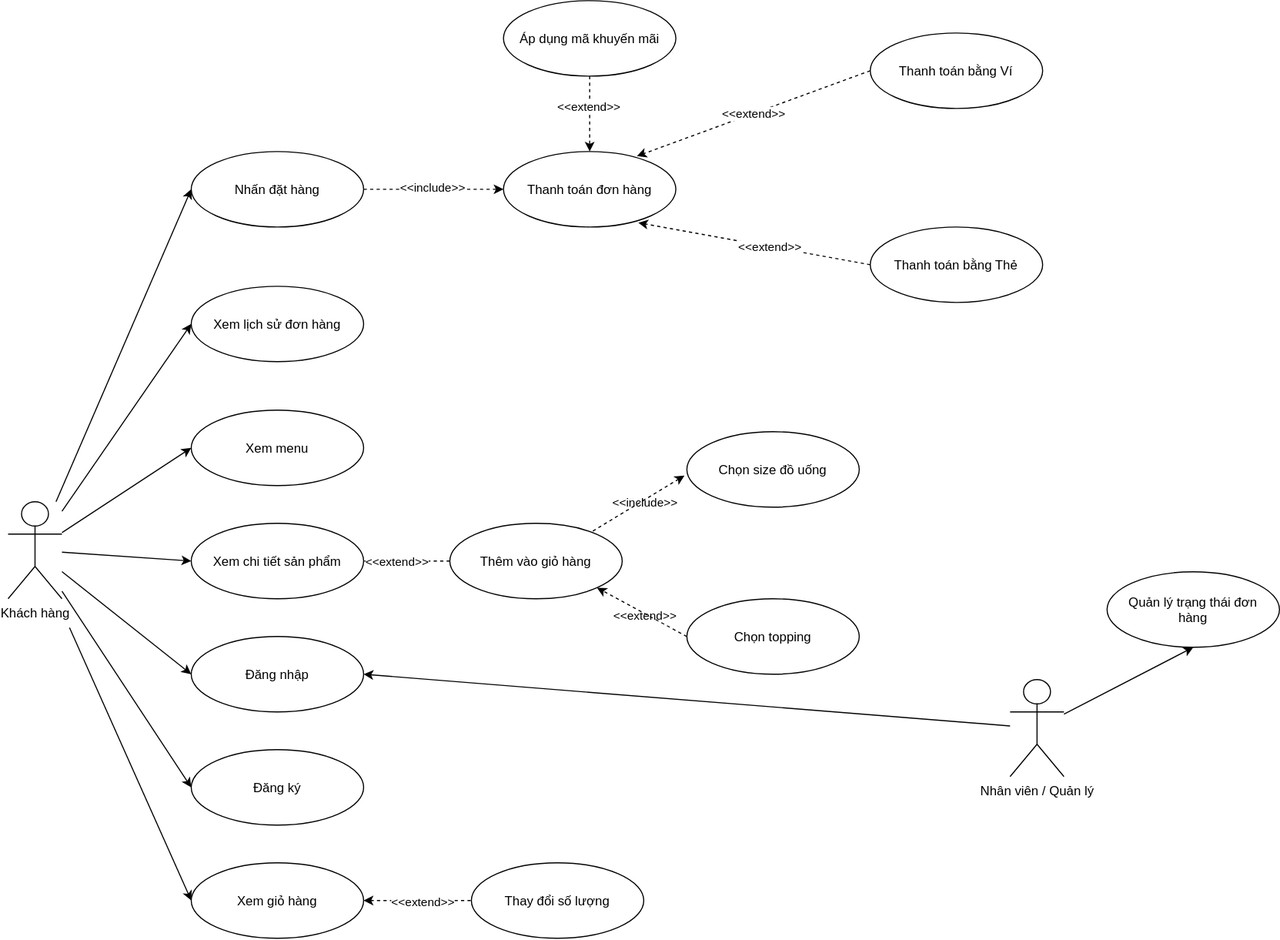
StarH6/brewlite_as2 keeps this draw.io diagram as docs/requirements/use-case-overview.svg. Above is the earlier version. Source tidied: cells renumbered, new cells last; positions are measured from the earlier drawing's top-left corner, leaving out a move shared by most shapes. The source it was exported from:
```xml
<mxGraphModel>
  <root>
    <mxCell id="0" />
    <mxCell id="1" parent="0" />
    <mxCell id="2" style="rounded=0;jettySize=auto;html=1;entryX=0;entryY=0.5;entryDx=0;entryDy=0;defaultLabelBackgroundColor=page;" parent="1" edge="1" source="9" target="14">
      <mxGeometry relative="1" as="geometry" />
    </mxCell>
    <mxCell id="3" style="rounded=0;jettySize=auto;html=1;entryX=0;entryY=0.5;entryDx=0;entryDy=0;defaultLabelBackgroundColor=page;" parent="1" edge="1" source="9" target="13">
      <mxGeometry relative="1" as="geometry" />
    </mxCell>
    <mxCell id="4" style="rounded=0;jettySize=auto;html=1;entryX=0;entryY=0.5;entryDx=0;entryDy=0;defaultLabelBackgroundColor=page;" parent="1" edge="1" source="9" target="12">
      <mxGeometry relative="1" as="geometry" />
    </mxCell>
    <mxCell id="5" style="rounded=0;jettySize=auto;html=1;entryX=0;entryY=0.5;entryDx=0;entryDy=0;defaultLabelBackgroundColor=page;" parent="1" edge="1" source="9" target="10">
      <mxGeometry relative="1" as="geometry" />
    </mxCell>
    <mxCell id="6" style="rounded=0;jettySize=auto;html=1;entryX=0;entryY=0.5;entryDx=0;entryDy=0;defaultLabelBackgroundColor=page;" parent="1" edge="1" source="9" target="11">
      <mxGeometry relative="1" as="geometry" />
    </mxCell>
    <mxCell id="7" style="rounded=0;jettySize=auto;html=1;entryX=0;entryY=0.5;entryDx=0;entryDy=0;defaultLabelBackgroundColor=page;" parent="1" edge="1" source="9" target="17">
      <mxGeometry relative="1" as="geometry" />
    </mxCell>
    <mxCell id="8" style="rounded=0;jettySize=auto;html=1;entryX=0;entryY=0.5;entryDx=0;entryDy=0;defaultLabelBackgroundColor=page;" parent="1" edge="1" source="9" target="30">
      <mxGeometry relative="1" as="geometry" />
    </mxCell>
    <mxCell id="9" value="Khách hàng&lt;div&gt;&lt;br&gt;&lt;/div&gt;" style="shape=umlActor;verticalLabelPosition=bottom;verticalAlign=top;html=1;outlineConnect=0;labelPerimeter=1;" parent="1" vertex="1">
      <mxGeometry y="465" width="50" height="90" as="geometry" />
    </mxCell>
    <mxCell id="10" value="Đăng nhập" style="ellipse;whiteSpace=wrap;html=1;shapeInside=1;" parent="1" vertex="1">
      <mxGeometry x="170" y="590" width="160" height="70" as="geometry" />
    </mxCell>
    <mxCell id="11" value="Đăng ký" style="ellipse;whiteSpace=wrap;html=1;shapeInside=1;" parent="1" vertex="1">
      <mxGeometry x="170" y="695" width="160" height="70" as="geometry" />
    </mxCell>
    <mxCell id="12" value="Xem chi tiết sản phẩm" style="ellipse;whiteSpace=wrap;html=1;shapeInside=1;" parent="1" vertex="1">
      <mxGeometry x="170" y="485" width="160" height="70" as="geometry" />
    </mxCell>
    <mxCell id="13" value="Xem menu" style="ellipse;whiteSpace=wrap;html=1;shapeInside=1;" parent="1" vertex="1">
      <mxGeometry x="170" y="380" width="160" height="70" as="geometry" />
    </mxCell>
    <mxCell id="14" value="Xem lịch sử đơn hàng" style="ellipse;whiteSpace=wrap;html=1;shapeInside=1;" parent="1" vertex="1">
      <mxGeometry x="170" y="265" width="160" height="70" as="geometry" />
    </mxCell>
    <mxCell id="15" style="edgeStyle=orthogonalEdgeStyle;rounded=0;jettySize=auto;html=1;entryX=0;entryY=0.5;entryDx=0;entryDy=0;defaultLabelBackgroundColor=page;dashed=1;startArrow=classic;startFill=1;endArrow=none;endFill=0;" parent="1" edge="1" source="17" target="27">
      <mxGeometry relative="1" as="geometry" />
    </mxCell>
    <mxCell id="16" value="&amp;lt;&amp;lt;extend&amp;gt;&amp;gt;" style="edgeLabel;html=1;align=center;verticalAlign=middle;inheritText=1;defaultLabelBackgroundColor=page;" parent="15" vertex="1">
      <mxGeometry x="0.07" y="-1" relative="1" as="geometry" />
    </mxCell>
    <mxCell id="17" value="Xem giỏ hàng" style="ellipse;whiteSpace=wrap;html=1;shapeInside=1;" parent="1" vertex="1">
      <mxGeometry x="170" y="800" width="160" height="70" as="geometry" />
    </mxCell>
    <mxCell id="18" style="rounded=0;jettySize=auto;html=1;entryX=1;entryY=1;entryDx=0;entryDy=0;defaultLabelBackgroundColor=page;dashed=1;exitX=0;exitY=0.5;exitDx=0;exitDy=0;" parent="1" edge="1" source="19" target="26">
      <mxGeometry relative="1" as="geometry" />
    </mxCell>
    <mxCell id="19" value="Chọn topping" style="ellipse;whiteSpace=wrap;html=1;shapeInside=1;" parent="1" vertex="1">
      <mxGeometry x="630" y="555" width="160" height="70" as="geometry" />
    </mxCell>
    <mxCell id="20" style="rounded=0;jettySize=auto;html=1;entryX=0.794;entryY=0.152;entryDx=0;entryDy=0;defaultLabelBackgroundColor=page;dashed=1;exitX=-0.014;exitY=0.581;exitDx=0;exitDy=0;exitPerimeter=0;entryPerimeter=0;endArrow=none;endFill=0;startArrow=classic;startFill=1;" parent="1" edge="1" source="21" target="26">
      <mxGeometry relative="1" as="geometry" />
    </mxCell>
    <mxCell id="21" value="Chọn size đồ uống" style="ellipse;whiteSpace=wrap;html=1;shapeInside=1;" parent="1" vertex="1">
      <mxGeometry x="630" y="400" width="160" height="70" as="geometry" />
    </mxCell>
    <mxCell id="22" style="rounded=0;jettySize=auto;html=1;entryX=1;entryY=0.5;entryDx=0;entryDy=0;defaultLabelBackgroundColor=page;dashed=1;" parent="1" edge="1" source="26" target="12">
      <mxGeometry relative="1" as="geometry" />
    </mxCell>
    <mxCell id="23" value="&amp;lt;&amp;lt;extend&amp;gt;&amp;gt;" style="edgeLabel;html=1;align=center;verticalAlign=middle;inheritText=1;defaultLabelBackgroundColor=page;" parent="22" vertex="1">
      <mxGeometry x="0.25" relative="1" as="geometry" />
    </mxCell>
    <mxCell id="24" value="&amp;lt;&amp;lt;include&amp;gt;&amp;gt;" style="edgeLabel;html=1;align=center;verticalAlign=middle;inheritText=1;defaultLabelBackgroundColor=page;" parent="22" vertex="1">
      <mxGeometry x="0.25" relative="1" as="geometry">
        <mxPoint x="230" y="-55" as="offset" />
      </mxGeometry>
    </mxCell>
    <mxCell id="25" value="&amp;lt;&amp;lt;extend&amp;gt;&amp;gt;" style="edgeLabel;html=1;align=center;verticalAlign=middle;inheritText=1;defaultLabelBackgroundColor=page;" parent="22" vertex="1">
      <mxGeometry x="0.25" relative="1" as="geometry">
        <mxPoint x="230" y="50" as="offset" />
      </mxGeometry>
    </mxCell>
    <mxCell id="26" value="Thêm vào giỏ hàng" style="ellipse;whiteSpace=wrap;html=1;shapeInside=1;" parent="1" vertex="1">
      <mxGeometry x="410" y="485" width="160" height="70" as="geometry" />
    </mxCell>
    <mxCell id="27" value="Thay đổi số lượng" style="ellipse;whiteSpace=wrap;html=1;shapeInside=1;" parent="1" vertex="1">
      <mxGeometry x="430" y="800" width="160" height="70" as="geometry" />
    </mxCell>
    <mxCell id="28" style="edgeStyle=orthogonalEdgeStyle;rounded=0;jettySize=auto;html=1;entryX=0;entryY=0.5;entryDx=0;entryDy=0;defaultLabelBackgroundColor=page;dashed=1;" parent="1" edge="1" source="30" target="31">
      <mxGeometry relative="1" as="geometry" />
    </mxCell>
    <mxCell id="29" value="&amp;lt;&amp;lt;include&amp;gt;&amp;gt;" style="edgeLabel;html=1;align=center;verticalAlign=middle;inheritText=1;defaultLabelBackgroundColor=page;" parent="28" vertex="1">
      <mxGeometry x="-0.03" y="2" relative="1" as="geometry" />
    </mxCell>
    <mxCell id="30" value="Nhấn đặt hàng" style="ellipse;whiteSpace=wrap;html=1;shapeInside=1;" parent="1" vertex="1">
      <mxGeometry x="170" y="140" width="160" height="70" as="geometry" />
    </mxCell>
    <mxCell id="31" value="Thanh toán đơn hàng" style="ellipse;whiteSpace=wrap;html=1;shapeInside=1;" parent="1" vertex="1">
      <mxGeometry x="459.8" y="140" width="160" height="70" as="geometry" />
    </mxCell>
    <mxCell id="32" style="edgeStyle=orthogonalEdgeStyle;rounded=0;jettySize=auto;html=1;entryX=0.5;entryY=0;entryDx=0;entryDy=0;defaultLabelBackgroundColor=page;dashed=1;" parent="1" edge="1" source="34" target="31">
      <mxGeometry relative="1" as="geometry" />
    </mxCell>
    <mxCell id="33" value="&amp;lt;&amp;lt;extend&amp;gt;&amp;gt;" style="edgeLabel;html=1;align=center;verticalAlign=middle;inheritText=1;defaultLabelBackgroundColor=page;" parent="32" vertex="1">
      <mxGeometry x="-0.21" y="-1" relative="1" as="geometry" />
    </mxCell>
    <mxCell id="34" value="Áp dụng mã khuyến mãi" style="ellipse;whiteSpace=wrap;html=1;shapeInside=1;" parent="1" vertex="1">
      <mxGeometry x="459.8" width="160" height="70" as="geometry" />
    </mxCell>
    <mxCell id="35" value="Thanh toán bằng Ví" style="ellipse;whiteSpace=wrap;html=1;shapeInside=1;" parent="1" vertex="1">
      <mxGeometry x="800.2" y="30" width="160" height="70" as="geometry" />
    </mxCell>
    <mxCell id="36" value="Thanh toán bằng Thẻ" style="ellipse;whiteSpace=wrap;html=1;shapeInside=1;" parent="1" vertex="1">
      <mxGeometry x="800.2" y="210" width="160" height="70" as="geometry" />
    </mxCell>
    <mxCell id="37" value="&amp;lt;&amp;lt;extend&amp;gt;&amp;gt;" style="rounded=0;jettySize=auto;html=1;entryX=0.774;entryY=0.061;entryDx=0;entryDy=0;entryPerimeter=0;defaultLabelBackgroundColor=page;dashed=1;exitX=0;exitY=0.5;exitDx=0;exitDy=0;" parent="1" edge="1" source="35" target="31">
      <mxGeometry relative="1" as="geometry" />
    </mxCell>
    <mxCell id="38" style="rounded=0;jettySize=auto;html=1;entryX=0.782;entryY=0.944;entryDx=0;entryDy=0;entryPerimeter=0;defaultLabelBackgroundColor=page;dashed=1;exitX=0;exitY=0.5;exitDx=0;exitDy=0;" parent="1" edge="1" target="31">
      <mxGeometry relative="1" as="geometry">
        <mxPoint x="800.2" y="245" as="sourcePoint" />
      </mxGeometry>
    </mxCell>
    <mxCell id="39" value="&amp;lt;&amp;lt;extend&amp;gt;&amp;gt;" style="edgeLabel;html=1;align=center;verticalAlign=middle;inheritText=1;defaultLabelBackgroundColor=page;" parent="38" vertex="1">
      <mxGeometry x="-0.13" relative="1" as="geometry" />
    </mxCell>
    <mxCell id="40" style="rounded=0;jettySize=auto;html=1;entryX=1;entryY=0.5;entryDx=0;entryDy=0;defaultLabelBackgroundColor=page;" parent="1" edge="1" source="42" target="10">
      <mxGeometry relative="1" as="geometry" />
    </mxCell>
    <mxCell id="41" style="rounded=0;jettySize=auto;html=1;entryX=0.5;entryY=1;entryDx=0;entryDy=0;defaultLabelBackgroundColor=page;" parent="1" edge="1" source="42" target="43">
      <mxGeometry x="0.01" relative="1" as="geometry" />
    </mxCell>
    <mxCell id="42" value="&lt;div&gt;Nhân viên / Quản lý&lt;/div&gt;" style="shape=umlActor;verticalLabelPosition=bottom;verticalAlign=top;html=1;outlineConnect=0;labelPerimeter=1;" parent="1" vertex="1">
      <mxGeometry x="930" y="630" width="50" height="90" as="geometry" />
    </mxCell>
    <mxCell id="43" value="Quản lý trạng thái đơn hàng" style="ellipse;whiteSpace=wrap;html=1;shapeInside=1;" parent="1" vertex="1">
      <mxGeometry x="1020" y="530" width="160" height="70" as="geometry" />
    </mxCell>
  </root>
</mxGraphModel>
```
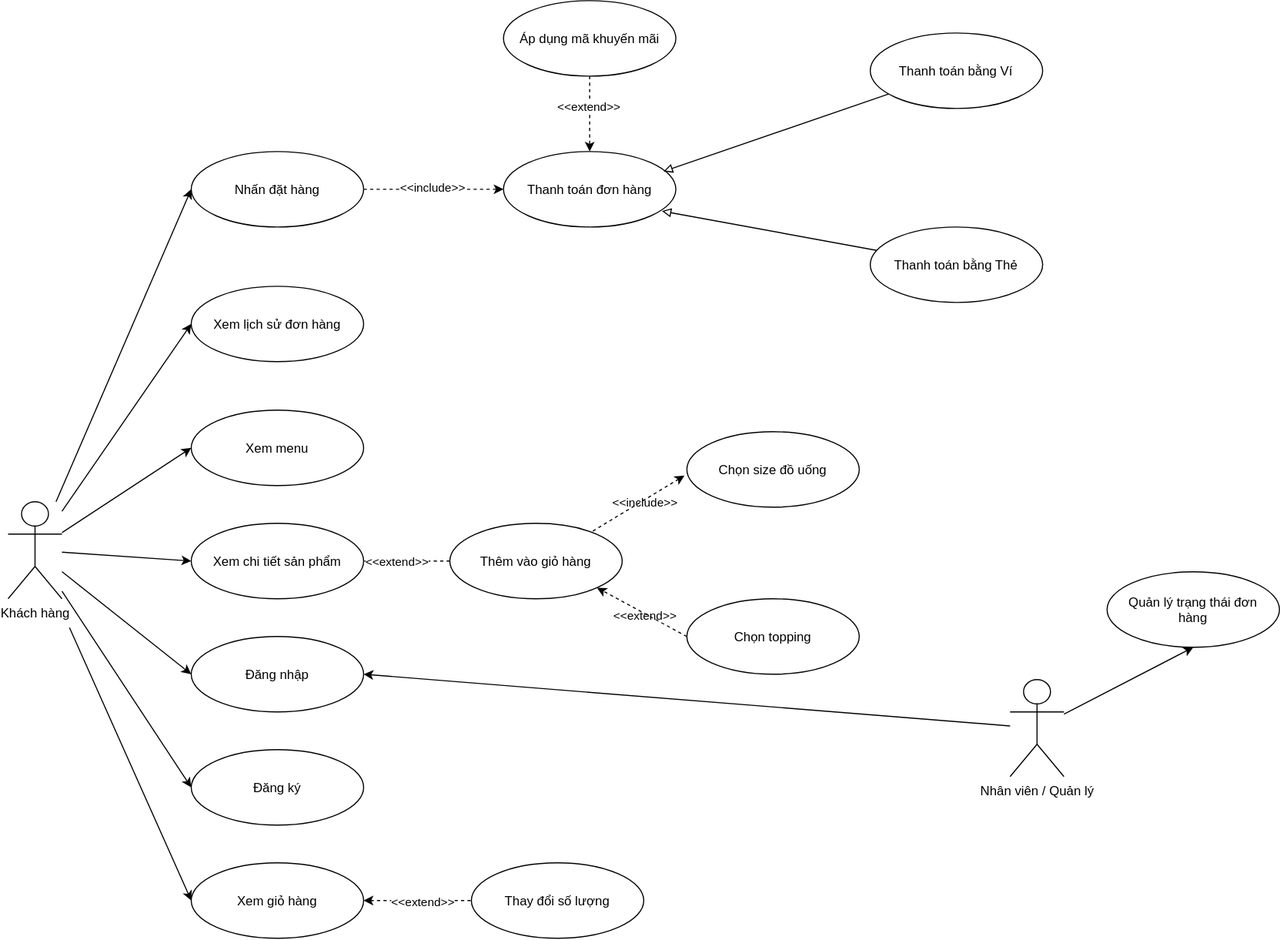
Later version of the same file.

Commit message:
docs(task1): Hoàn thành use case thanh toán, viết đặc tả cho use case thanh toán - use-case-overview.svg: Sửa lại từ <<extend>> thành khái quát hoá ở use case thanh toán

What changed in the source:
```diff
@@ -111,17 +111,6 @@
     <mxCell id="36" value="Thanh toán bằng Thẻ" style="ellipse;whiteSpace=wrap;html=1;shapeInside=1;" parent="1" vertex="1">
       <mxGeometry x="800.2" y="210" width="160" height="70" as="geometry" />
     </mxCell>
-    <mxCell id="37" value="&amp;lt;&amp;lt;extend&amp;gt;&amp;gt;" style="rounded=0;jettySize=auto;html=1;entryX=0.774;entryY=0.061;entryDx=0;entryDy=0;entryPerimeter=0;defaultLabelBackgroundColor=page;dashed=1;exitX=0;exitY=0.5;exitDx=0;exitDy=0;" parent="1" edge="1" source="35" target="31">
-      <mxGeometry relative="1" as="geometry" />
-    </mxCell>
-    <mxCell id="38" style="rounded=0;jettySize=auto;html=1;entryX=0.782;entryY=0.944;entryDx=0;entryDy=0;entryPerimeter=0;defaultLabelBackgroundColor=page;dashed=1;exitX=0;exitY=0.5;exitDx=0;exitDy=0;" parent="1" edge="1" target="31">
-      <mxGeometry relative="1" as="geometry">
-        <mxPoint x="800.2" y="245" as="sourcePoint" />
-      </mxGeometry>
-    </mxCell>
-    <mxCell id="39" value="&amp;lt;&amp;lt;extend&amp;gt;&amp;gt;" style="edgeLabel;html=1;align=center;verticalAlign=middle;inheritText=1;defaultLabelBackgroundColor=page;" parent="38" vertex="1">
-      <mxGeometry x="-0.13" relative="1" as="geometry" />
-    </mxCell>
     <mxCell id="40" style="rounded=0;jettySize=auto;html=1;entryX=1;entryY=0.5;entryDx=0;entryDy=0;defaultLabelBackgroundColor=page;" parent="1" edge="1" source="42" target="10">
       <mxGeometry relative="1" as="geometry" />
     </mxCell>
@@ -134,5 +123,11 @@
     <mxCell id="43" value="Quản lý trạng thái đơn hàng" style="ellipse;whiteSpace=wrap;html=1;shapeInside=1;" parent="1" vertex="1">
       <mxGeometry x="1020" y="530" width="160" height="70" as="geometry" />
     </mxCell>
+    <mxCell id="37" style="rounded=0;jettySize=auto;html=1;entryX=0.929;entryY=0.263;entryDx=0;entryDy=0;entryPerimeter=0;defaultLabelBackgroundColor=page;labelPadding=0 4;endArrow=block;endFill=0;" parent="1" edge="1" source="35" target="31">
+      <mxGeometry relative="1" as="geometry" />
+    </mxCell>
+    <mxCell id="44" style="rounded=0;jettySize=auto;html=1;entryX=0.92;entryY=0.789;entryDx=0;entryDy=0;entryPerimeter=0;defaultLabelBackgroundColor=page;labelPadding=0 4;endArrow=block;endFill=0;" parent="1" edge="1" source="36" target="31">
+      <mxGeometry relative="1" as="geometry" />
+    </mxCell>
   </root>
 </mxGraphModel>
```
